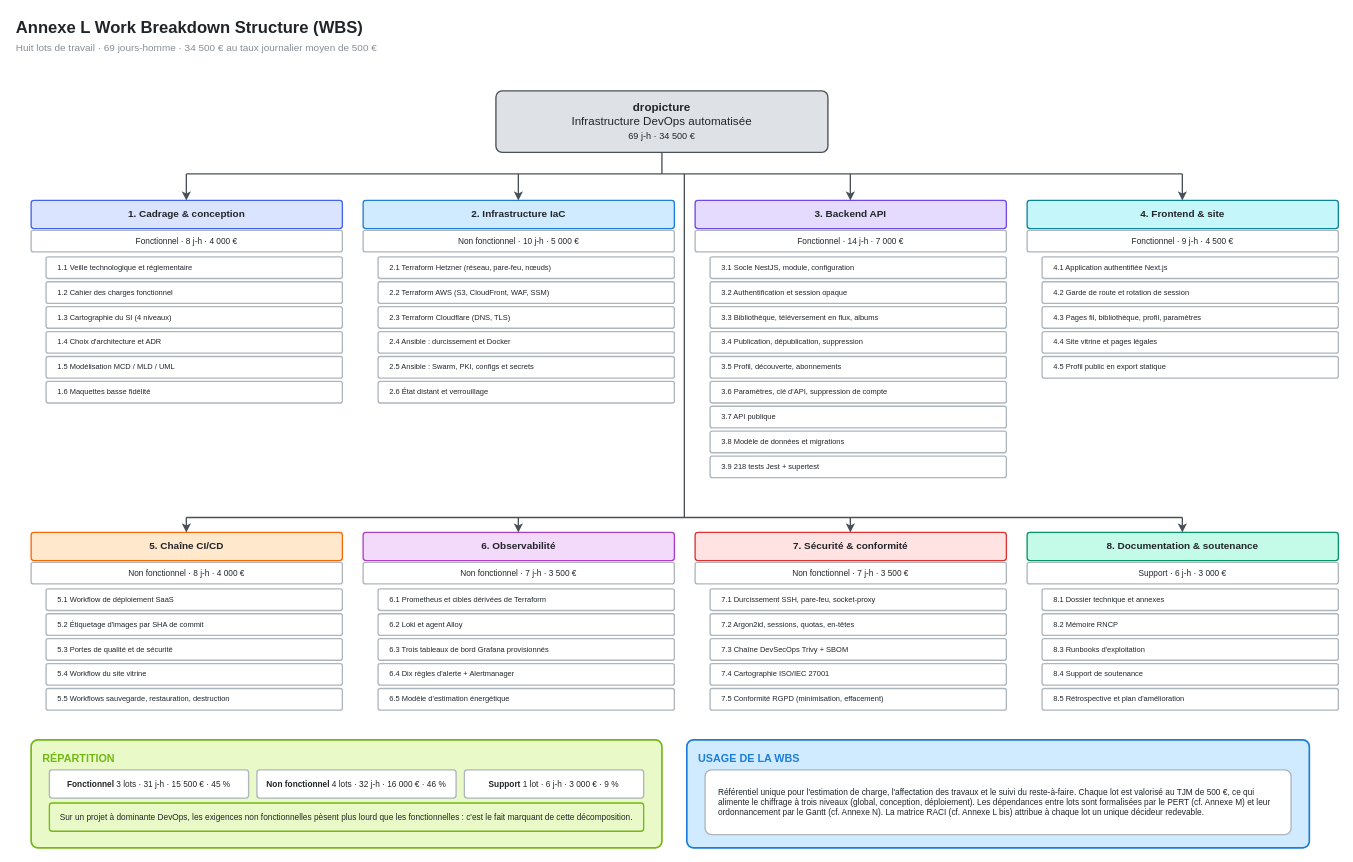
The draw.io diagram docs/annexes/13-wbs.drawio in redjem-amir/dropicture, before the edit. Source tidied: cells renumbered, new cells numbered last; positions are measured from the earlier drawing's top-left corner, leaving out a move shared by most shapes. Both pictures are drawn from the tidied source at 83%, with x=0, y=0 at pixel (14, 14).
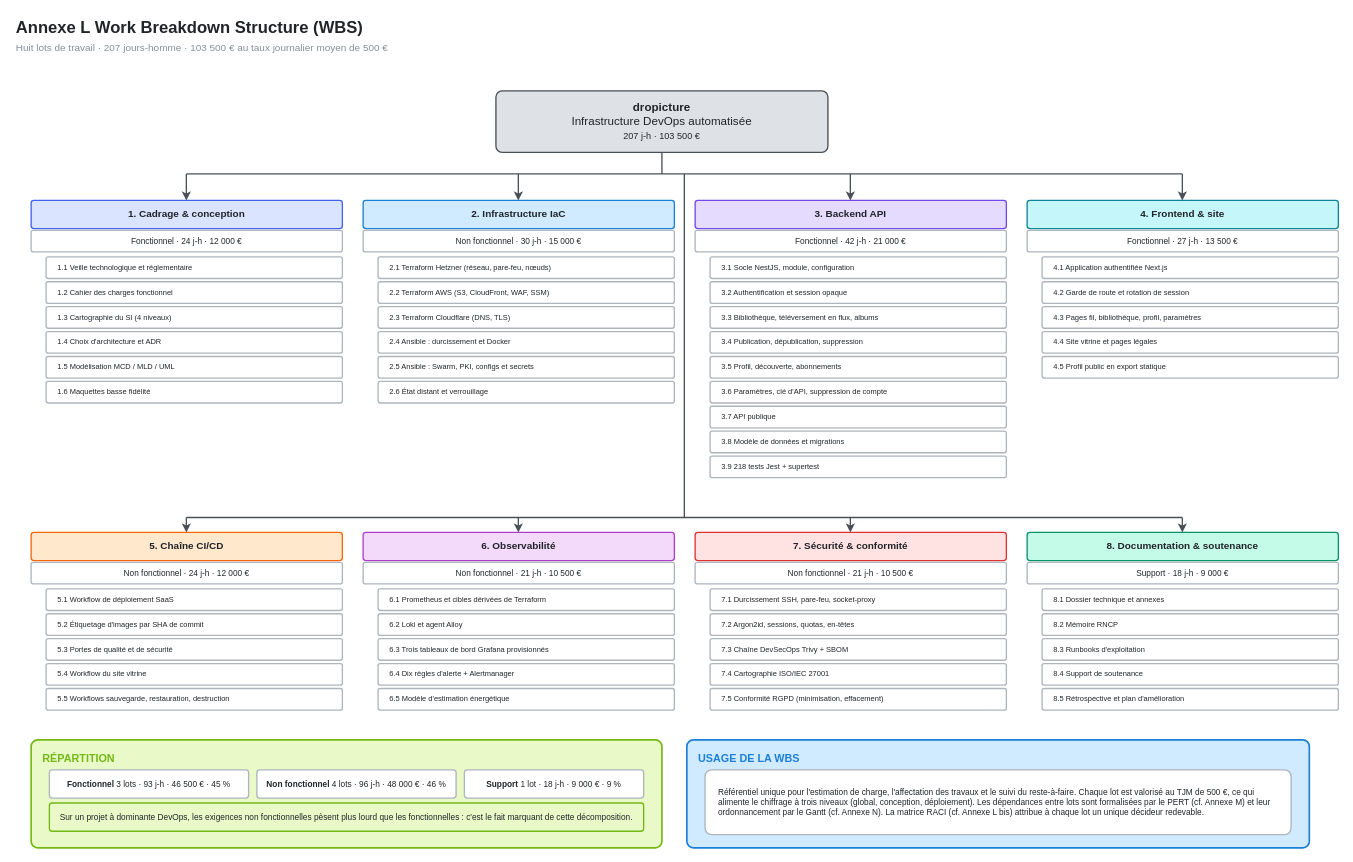
The same diagram, later.

Commit message (it also covers changes not shown here):
docs: update draft diagrams

What changed in the source:
```diff
@@
-    <mxCell id="3" value="Huit lots de travail · 69 jours-homme · 34 500 € au taux journalier moyen de 500 €" style="text;html=1;strokeColor=none;fillColor=none;align=left;verticalAlign=middle;fontFamily=Helvetica;fontSize=12;fontColor=#868e96;" parent="1" vertex="1">
+    <mxCell id="3" value="Huit lots de travail · 207 jours-homme · 103 500 € au taux journalier moyen de 500 €" style="text;html=1;strokeColor=none;fillColor=none;align=left;verticalAlign=middle;fontFamily=Helvetica;fontSize=12;fontColor=#868e96;" parent="1" vertex="1">
       <mxGeometry y="30" width="1574" height="22" as="geometry" />
     </mxCell>
-    <mxCell id="4" value="&lt;b&gt;dropicture&lt;/b&gt;&lt;br/&gt;Infrastructure DevOps automatisée&lt;br/&gt;&lt;font style='font-size:11px'&gt;69 j-h  ·  34 500 €&lt;/font&gt;" style="rounded=1;whiteSpace=wrap;html=1;arcSize=10;fillColor=#dee2e6;strokeColor=#495057;strokeWidth=1.6;fontFamily=Helvetica;fontSize=14;fontColor=#212529;align=center;verticalAlign=middle;spacing=6;" parent="1" vertex="1">
+    <mxCell id="4" value="&lt;b&gt;dropicture&lt;/b&gt;&lt;br/&gt;Infrastructure DevOps automatisée&lt;br/&gt;&lt;font style='font-size:11px'&gt;207 j-h  ·  103 500 €&lt;/font&gt;" style="rounded=1;whiteSpace=wrap;html=1;arcSize=10;fillColor=#dee2e6;strokeColor=#495057;strokeWidth=1.6;fontFamily=Helvetica;fontSize=14;fontColor=#212529;align=center;verticalAlign=middle;spacing=6;" parent="1" vertex="1">
       <mxGeometry x="580" y="92" width="400" height="74" as="geometry" />
     </mxCell>
@@
-    <mxCell id="6" value="Fonctionnel  ·  8 j-h  ·  4 000 €" style="rounded=1;whiteSpace=wrap;html=1;arcSize=10;fillColor=#ffffff;strokeColor=#adb5bd;strokeWidth=1.6;fontFamily=Helvetica;fontSize=10;fontColor=#212529;align=center;verticalAlign=middle;spacing=6;" parent="1" vertex="1">
+    <mxCell id="6" value="Fonctionnel  ·  24 j-h  ·  12 000 €" style="rounded=1;whiteSpace=wrap;html=1;arcSize=10;fillColor=#ffffff;strokeColor=#adb5bd;strokeWidth=1.6;fontFamily=Helvetica;fontSize=10;fontColor=#212529;align=center;verticalAlign=middle;spacing=6;" parent="1" vertex="1">
       <mxGeometry x="20" y="260" width="375" height="26" as="geometry" />
     </mxCell>
@@
-    <mxCell id="14" value="Non fonctionnel  ·  10 j-h  ·  5 000 €" style="rounded=1;whiteSpace=wrap;html=1;arcSize=10;fillColor=#ffffff;strokeColor=#adb5bd;strokeWidth=1.6;fontFamily=Helvetica;fontSize=10;fontColor=#212529;align=center;verticalAlign=middle;spacing=6;" parent="1" vertex="1">
+    <mxCell id="14" value="Non fonctionnel  ·  30 j-h  ·  15 000 €" style="rounded=1;whiteSpace=wrap;html=1;arcSize=10;fillColor=#ffffff;strokeColor=#adb5bd;strokeWidth=1.6;fontFamily=Helvetica;fontSize=10;fontColor=#212529;align=center;verticalAlign=middle;spacing=6;" parent="1" vertex="1">
       <mxGeometry x="420" y="260" width="375" height="26" as="geometry" />
     </mxCell>
@@
-    <mxCell id="22" value="Fonctionnel  ·  14 j-h  ·  7 000 €" style="rounded=1;whiteSpace=wrap;html=1;arcSize=10;fillColor=#ffffff;strokeColor=#adb5bd;strokeWidth=1.6;fontFamily=Helvetica;fontSize=10;fontColor=#212529;align=center;verticalAlign=middle;spacing=6;" parent="1" vertex="1">
+    <mxCell id="22" value="Fonctionnel  ·  42 j-h  ·  21 000 €" style="rounded=1;whiteSpace=wrap;html=1;arcSize=10;fillColor=#ffffff;strokeColor=#adb5bd;strokeWidth=1.6;fontFamily=Helvetica;fontSize=10;fontColor=#212529;align=center;verticalAlign=middle;spacing=6;" parent="1" vertex="1">
       <mxGeometry x="820" y="260" width="375" height="26" as="geometry" />
     </mxCell>
@@
-    <mxCell id="33" value="Fonctionnel  ·  9 j-h  ·  4 500 €" style="rounded=1;whiteSpace=wrap;html=1;arcSize=10;fillColor=#ffffff;strokeColor=#adb5bd;strokeWidth=1.6;fontFamily=Helvetica;fontSize=10;fontColor=#212529;align=center;verticalAlign=middle;spacing=6;" parent="1" vertex="1">
+    <mxCell id="33" value="Fonctionnel  ·  27 j-h  ·  13 500 €" style="rounded=1;whiteSpace=wrap;html=1;arcSize=10;fillColor=#ffffff;strokeColor=#adb5bd;strokeWidth=1.6;fontFamily=Helvetica;fontSize=10;fontColor=#212529;align=center;verticalAlign=middle;spacing=6;" parent="1" vertex="1">
       <mxGeometry x="1220" y="260" width="375" height="26" as="geometry" />
     </mxCell>
@@
-    <mxCell id="40" value="Non fonctionnel  ·  8 j-h  ·  4 000 €" style="rounded=1;whiteSpace=wrap;html=1;arcSize=10;fillColor=#ffffff;strokeColor=#adb5bd;strokeWidth=1.6;fontFamily=Helvetica;fontSize=10;fontColor=#212529;align=center;verticalAlign=middle;spacing=6;" parent="1" vertex="1">
+    <mxCell id="40" value="Non fonctionnel  ·  24 j-h  ·  12 000 €" style="rounded=1;whiteSpace=wrap;html=1;arcSize=10;fillColor=#ffffff;strokeColor=#adb5bd;strokeWidth=1.6;fontFamily=Helvetica;fontSize=10;fontColor=#212529;align=center;verticalAlign=middle;spacing=6;" parent="1" vertex="1">
       <mxGeometry x="20" y="660" width="375" height="26" as="geometry" />
     </mxCell>
@@
-    <mxCell id="47" value="Non fonctionnel  ·  7 j-h  ·  3 500 €" style="rounded=1;whiteSpace=wrap;html=1;arcSize=10;fillColor=#ffffff;strokeColor=#adb5bd;strokeWidth=1.6;fontFamily=Helvetica;fontSize=10;fontColor=#212529;align=center;verticalAlign=middle;spacing=6;" parent="1" vertex="1">
+    <mxCell id="47" value="Non fonctionnel  ·  21 j-h  ·  10 500 €" style="rounded=1;whiteSpace=wrap;html=1;arcSize=10;fillColor=#ffffff;strokeColor=#adb5bd;strokeWidth=1.6;fontFamily=Helvetica;fontSize=10;fontColor=#212529;align=center;verticalAlign=middle;spacing=6;" parent="1" vertex="1">
       <mxGeometry x="420" y="660" width="375" height="26" as="geometry" />
     </mxCell>
@@
-    <mxCell id="54" value="Non fonctionnel  ·  7 j-h  ·  3 500 €" style="rounded=1;whiteSpace=wrap;html=1;arcSize=10;fillColor=#ffffff;strokeColor=#adb5bd;strokeWidth=1.6;fontFamily=Helvetica;fontSize=10;fontColor=#212529;align=center;verticalAlign=middle;spacing=6;" parent="1" vertex="1">
+    <mxCell id="54" value="Non fonctionnel  ·  21 j-h  ·  10 500 €" style="rounded=1;whiteSpace=wrap;html=1;arcSize=10;fillColor=#ffffff;strokeColor=#adb5bd;strokeWidth=1.6;fontFamily=Helvetica;fontSize=10;fontColor=#212529;align=center;verticalAlign=middle;spacing=6;" parent="1" vertex="1">
       <mxGeometry x="820" y="660" width="375" height="26" as="geometry" />
     </mxCell>
@@
-    <mxCell id="61" value="Support  ·  6 j-h  ·  3 000 €" style="rounded=1;whiteSpace=wrap;html=1;arcSize=10;fillColor=#ffffff;strokeColor=#adb5bd;strokeWidth=1.6;fontFamily=Helvetica;fontSize=10;fontColor=#212529;align=center;verticalAlign=middle;spacing=6;" parent="1" vertex="1">
+    <mxCell id="61" value="Support  ·  18 j-h  ·  9 000 €" style="rounded=1;whiteSpace=wrap;html=1;arcSize=10;fillColor=#ffffff;strokeColor=#adb5bd;strokeWidth=1.6;fontFamily=Helvetica;fontSize=10;fontColor=#212529;align=center;verticalAlign=middle;spacing=6;" parent="1" vertex="1">
       <mxGeometry x="1220" y="660" width="375" height="26" as="geometry" />
     </mxCell>
@@
-    <mxCell id="80" value="&lt;b&gt;Fonctionnel&lt;/b&gt;&amp;nbsp;3 lots · 31 j-h · 15 500 € · 45 %" style="rounded=1;whiteSpace=wrap;html=1;arcSize=10;fillColor=#ffffff;strokeColor=#adb5bd;strokeWidth=1.6;fontFamily=Helvetica;fontSize=10;fontColor=#212529;align=center;verticalAlign=middle;spacing=6;" parent="1" vertex="1">
+    <mxCell id="80" value="&lt;b&gt;Fonctionnel&lt;/b&gt;&amp;nbsp;3 lots · 93 j-h · 46 500 € · 45 %" style="rounded=1;whiteSpace=wrap;html=1;arcSize=10;fillColor=#ffffff;strokeColor=#adb5bd;strokeWidth=1.6;fontFamily=Helvetica;fontSize=10;fontColor=#212529;align=center;verticalAlign=middle;spacing=6;" parent="1" vertex="1">
       <mxGeometry x="42" y="910" width="240" height="34" as="geometry" />
     </mxCell>
-    <mxCell id="81" value="&lt;b&gt;Non fonctionnel&lt;/b&gt;&amp;nbsp;4 lots · 32 j-h · 16 000 € · 46 %" style="rounded=1;whiteSpace=wrap;html=1;arcSize=10;fillColor=#ffffff;strokeColor=#adb5bd;strokeWidth=1.6;fontFamily=Helvetica;fontSize=10;fontColor=#212529;align=center;verticalAlign=middle;spacing=6;" parent="1" vertex="1">
+    <mxCell id="81" value="&lt;b&gt;Non fonctionnel&lt;/b&gt;&amp;nbsp;4 lots · 96 j-h · 48 000 € · 46 %" style="rounded=1;whiteSpace=wrap;html=1;arcSize=10;fillColor=#ffffff;strokeColor=#adb5bd;strokeWidth=1.6;fontFamily=Helvetica;fontSize=10;fontColor=#212529;align=center;verticalAlign=middle;spacing=6;" parent="1" vertex="1">
       <mxGeometry x="292" y="910" width="240" height="34" as="geometry" />
     </mxCell>
-    <mxCell id="82" value="&lt;b&gt;Support&lt;/b&gt;&amp;nbsp;1 lot · 6 j-h · 3 000 € · 9 %" style="rounded=1;whiteSpace=wrap;html=1;arcSize=10;fillColor=#ffffff;strokeColor=#adb5bd;strokeWidth=1.6;fontFamily=Helvetica;fontSize=10;fontColor=#212529;align=center;verticalAlign=middle;spacing=6;" parent="1" vertex="1">
+    <mxCell id="82" value="&lt;b&gt;Support&lt;/b&gt;&amp;nbsp;1 lot · 18 j-h · 9 000 € · 9 %" style="rounded=1;whiteSpace=wrap;html=1;arcSize=10;fillColor=#ffffff;strokeColor=#adb5bd;strokeWidth=1.6;fontFamily=Helvetica;fontSize=10;fontColor=#212529;align=center;verticalAlign=middle;spacing=6;" parent="1" vertex="1">
       <mxGeometry x="542" y="910" width="216" height="34" as="geometry" />
     </mxCell>
```
